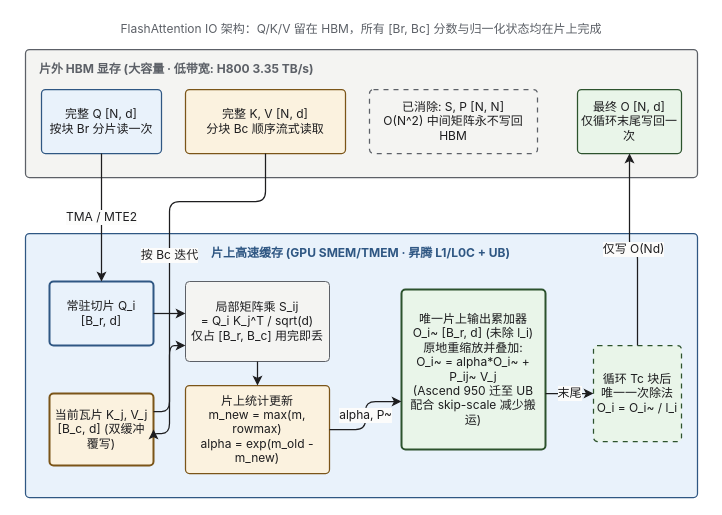
Before: src/content/posts/foundations/04-flash-attention/diagrams/04-sram-tiling-arch.drawio in xingcanlee/infra-note, a draw.io diagram. Source tidied: cells renumbered, new cells numbered last; positions are measured from the earlier drawing's top-left corner, leaving out a move shared by most shapes. Both pictures are drawn from the tidied source at 100%, with x=0, y=0 at pixel (17, 17).
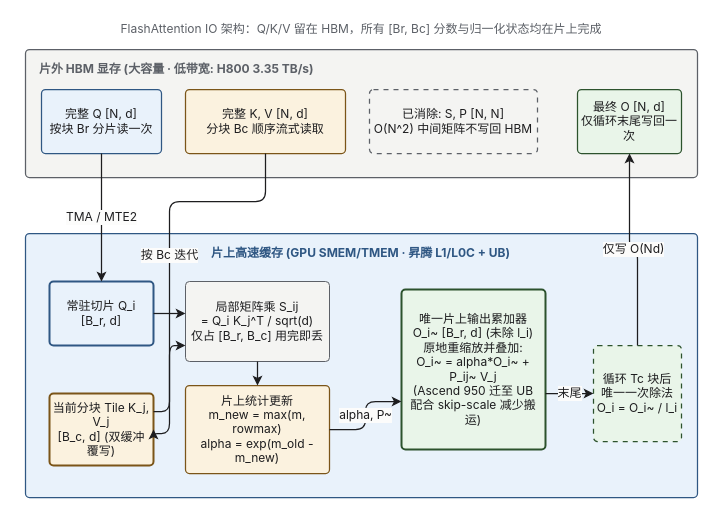
After the change.

The edit, as a diff of the source:
```diff
@@
-    <mxCell id="6" value="已消除: S, P [N, N]&lt;br&gt;O(N^2) 中间矩阵永不写回 HBM" style="rounded=1;absoluteArcSize=1;arcSize=8;whiteSpace=wrap;html=1;fillColor=none;strokeColor=#5c6067;strokeWidth=1.25;dashed=1;dashPattern=4 4;align=center;verticalAlign=middle;spacing=4;fontFamily=Inter;fontSize=12;fontColor=#1d1d1f;" parent="1" vertex="1">
+    <mxCell id="6" value="已消除: S, P [N, N]&lt;br&gt;O(N^2) 中间矩阵不写回 HBM" style="rounded=1;absoluteArcSize=1;arcSize=8;whiteSpace=wrap;html=1;fillColor=none;strokeColor=#5c6067;strokeWidth=1.25;dashed=1;dashPattern=4 4;align=center;verticalAlign=middle;spacing=4;fontFamily=Inter;fontSize=12;fontColor=#1d1d1f;" parent="1" vertex="1">
       <mxGeometry x="352" y="72" width="168" height="64" as="geometry" />
     </mxCell>
@@
-    <mxCell id="11" value="当前瓦片 K_j, V_j&lt;br&gt;[B_c, d] (双缓冲覆写)" style="rounded=1;absoluteArcSize=1;arcSize=8;whiteSpace=wrap;html=1;fillColor=#fbf2df;strokeColor=#7b5518;strokeWidth=2;align=center;verticalAlign=middle;spacing=4;fontFamily=Inter;fontSize=12;fontColor=#1d1d1f;" parent="1" vertex="1">
+    <mxCell id="11" value="当前分块 Tile K_j, V_j&lt;br&gt;[B_c, d] (双缓冲覆写)" style="rounded=1;absoluteArcSize=1;arcSize=8;whiteSpace=wrap;html=1;fillColor=#fbf2df;strokeColor=#7b5518;strokeWidth=2;align=center;verticalAlign=middle;spacing=4;fontFamily=Inter;fontSize=12;fontColor=#1d1d1f;" parent="1" vertex="1">
       <mxGeometry x="32" y="376" width="104" height="72" as="geometry" />
     </mxCell>
```
